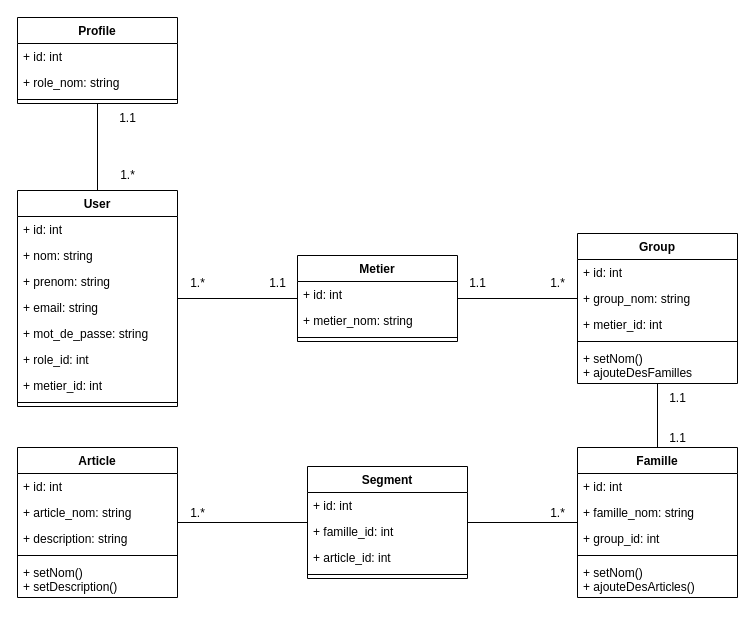
The draw.io diagram UML/class_diagram.drawio in elkhailihamza/LaRegie, before the edit. Source tidied: cells renumbered, new cells numbered last; positions are measured from the earlier drawing's top-left corner, leaving out a move shared by most shapes. Both pictures are drawn from the tidied source at 100%, with x=0, y=0 at pixel (17, 17).
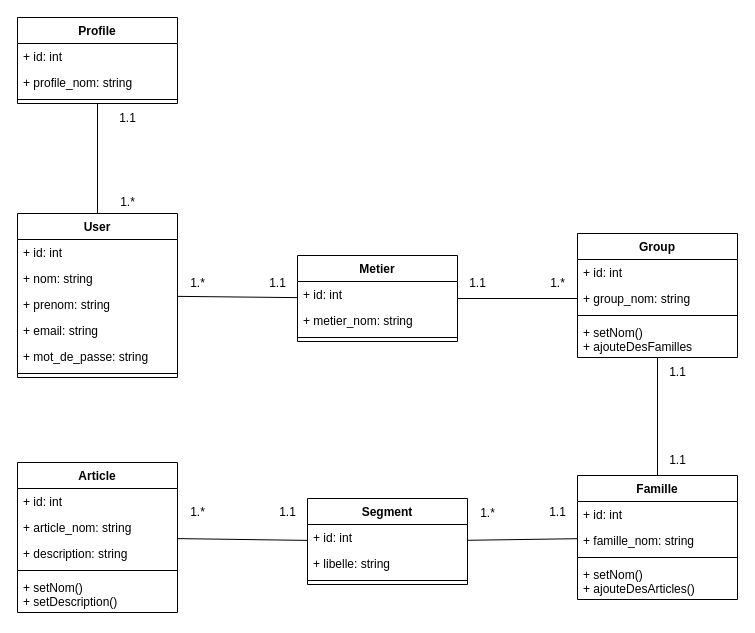
Above is the later version.

The change refers to these unchanged cells:
```xml
<mxCell id="12" value="Profile" style="swimlane;fontStyle=1;align=center;verticalAlign=top;horizontal=1;startSize=26;" parent="1" vertex="1">
  <mxGeometry width="160" height="86" as="geometry" />
</mxCell>
```

Change to the diagram source:
```diff
@@
     <mxCell id="2" value="User" style="swimlane;fontStyle=1;align=center;verticalAlign=top;horizontal=1;startSize=26;" parent="1" vertex="1">
-      <mxGeometry y="173" width="160" height="216" as="geometry" />
+      <mxGeometry y="196" width="160" height="164" as="geometry" />
     </mxCell>
@@
-    <mxCell id="8" value="+ role_id: int" style="text;strokeColor=none;fillColor=none;align=left;verticalAlign=top;spacingLeft=4;spacingRight=4;overflow=hidden;" parent="2" vertex="1">
-      <mxGeometry y="156" width="160" height="26" as="geometry" />
-    </mxCell>
-    <mxCell id="9" value="+ metier_id: int" style="text;strokeColor=none;fillColor=none;align=left;verticalAlign=top;spacingLeft=4;spacingRight=4;overflow=hidden;" parent="2" vertex="1">
-      <mxGeometry y="182" width="160" height="26" as="geometry" />
-    </mxCell>
     <mxCell id="10" style="line;strokeWidth=1;fillColor=none;align=left;verticalAlign=middle;spacingTop=-1;spacingLeft=3;spacingRight=3;labelPosition=right;strokeColor=inherit;" parent="2" vertex="1">
-      <mxGeometry y="208" width="160" height="8" as="geometry" />
+      <mxGeometry y="156" width="160" height="8" as="geometry" />
     </mxCell>
@@
-    <mxCell id="14" value="+ role_nom: string" style="text;strokeColor=none;fillColor=none;align=left;verticalAlign=top;spacingLeft=4;spacingRight=4;overflow=hidden;" parent="12" vertex="1">
-      <mxGeometry y="52" width="160" height="26" as="geometry" />
-    </mxCell>
+    <mxCell id="58" value="+ profile_nom: string" style="text;strokeColor=none;fillColor=none;align=left;verticalAlign=top;spacingLeft=4;spacingRight=4;overflow=hidden;" parent="12" vertex="1">
+      <mxGeometry y="52" width="160" height="26" as="geometry" />
+    </mxCell>
@@
     <mxCell id="16" value="1.*" style="text;html=1;align=center;verticalAlign=middle;strokeColor=none;fillColor=none;" parent="1" vertex="1">
-      <mxGeometry x="90" y="143" width="40" height="30" as="geometry" />
+      <mxGeometry x="90" y="170" width="40" height="30" as="geometry" />
     </mxCell>
@@
     <mxCell id="23" value="Group" style="swimlane;fontStyle=1;align=center;verticalAlign=top;horizontal=1;startSize=26;" parent="1" vertex="1">
-      <mxGeometry x="560" y="216" width="160" height="150" as="geometry" />
+      <mxGeometry x="560" y="216" width="160" height="124" as="geometry" />
     </mxCell>
@@
-    <mxCell id="26" value="+ metier_id: int" style="text;strokeColor=none;fillColor=none;align=left;verticalAlign=top;spacingLeft=4;spacingRight=4;overflow=hidden;" parent="23" vertex="1">
-      <mxGeometry y="78" width="160" height="26" as="geometry" />
-    </mxCell>
     <mxCell id="27" style="line;strokeWidth=1;fillColor=none;align=left;verticalAlign=middle;spacingTop=-1;spacingLeft=3;spacingRight=3;labelPosition=right;strokeColor=inherit;" parent="23" vertex="1">
-      <mxGeometry y="104" width="160" height="8" as="geometry" />
+      <mxGeometry y="78" width="160" height="8" as="geometry" />
     </mxCell>
     <mxCell id="28" value="+ setNom()&#10;+ ajouteDesFamilles" style="text;strokeColor=none;fillColor=none;align=left;verticalAlign=top;spacingLeft=4;spacingRight=4;overflow=hidden;" parent="23" vertex="1">
-      <mxGeometry y="112" width="160" height="38" as="geometry" />
+      <mxGeometry y="86" width="160" height="38" as="geometry" />
     </mxCell>
@@
     <mxCell id="30" value="Famille" style="swimlane;fontStyle=1;align=center;verticalAlign=top;horizontal=1;startSize=26;" parent="1" vertex="1">
-      <mxGeometry x="560" y="430" width="160" height="150" as="geometry" />
+      <mxGeometry x="560" y="458" width="160" height="124" as="geometry" />
     </mxCell>
@@
-    <mxCell id="33" value="+ group_id: int" style="text;strokeColor=none;fillColor=none;align=left;verticalAlign=top;spacingLeft=4;spacingRight=4;overflow=hidden;" parent="30" vertex="1">
-      <mxGeometry y="78" width="160" height="26" as="geometry" />
-    </mxCell>
     <mxCell id="34" style="line;strokeWidth=1;fillColor=none;align=left;verticalAlign=middle;spacingTop=-1;spacingLeft=3;spacingRight=3;labelPosition=right;strokeColor=inherit;" parent="30" vertex="1">
-      <mxGeometry y="104" width="160" height="8" as="geometry" />
+      <mxGeometry y="78" width="160" height="8" as="geometry" />
     </mxCell>
     <mxCell id="35" value="+ setNom()&#10;+ ajouteDesArticles()" style="text;strokeColor=none;fillColor=none;align=left;verticalAlign=top;spacingLeft=4;spacingRight=4;overflow=hidden;" parent="30" vertex="1">
-      <mxGeometry y="112" width="160" height="38" as="geometry" />
+      <mxGeometry y="86" width="160" height="38" as="geometry" />
     </mxCell>
@@
     <mxCell id="37" value="Segment" style="swimlane;fontStyle=1;align=center;verticalAlign=top;horizontal=1;startSize=26;" parent="1" vertex="1">
-      <mxGeometry x="290" y="449" width="160" height="112" as="geometry" />
+      <mxGeometry x="290" y="481" width="160" height="86" as="geometry" />
     </mxCell>
@@
-    <mxCell id="39" value="+ famille_id: int" style="text;strokeColor=none;fillColor=none;align=left;verticalAlign=top;spacingLeft=4;spacingRight=4;overflow=hidden;" parent="37" vertex="1">
-      <mxGeometry y="52" width="160" height="26" as="geometry" />
-    </mxCell>
-    <mxCell id="40" value="+ article_id: int" style="text;strokeColor=none;fillColor=none;align=left;verticalAlign=top;spacingLeft=4;spacingRight=4;overflow=hidden;" parent="37" vertex="1">
-      <mxGeometry y="78" width="160" height="26" as="geometry" />
-    </mxCell>
+    <mxCell id="59" value="+ libelle: string" style="text;strokeColor=none;fillColor=none;align=left;verticalAlign=top;spacingLeft=4;spacingRight=4;overflow=hidden;" parent="37" vertex="1">
+      <mxGeometry y="52" width="160" height="26" as="geometry" />
+    </mxCell>
     <mxCell id="41" style="line;strokeWidth=1;fillColor=none;align=left;verticalAlign=middle;spacingTop=-1;spacingLeft=3;spacingRight=3;labelPosition=right;strokeColor=inherit;" parent="37" vertex="1">
-      <mxGeometry y="104" width="160" height="8" as="geometry" />
+      <mxGeometry y="78" width="160" height="8" as="geometry" />
     </mxCell>
@@
     <mxCell id="43" value="Article" style="swimlane;fontStyle=1;align=center;verticalAlign=top;horizontal=1;startSize=26;" parent="1" vertex="1">
-      <mxGeometry y="430" width="160" height="150" as="geometry" />
+      <mxGeometry y="445" width="160" height="150" as="geometry" />
     </mxCell>
@@
     <mxCell id="52" value="1.*" style="text;html=1;align=center;verticalAlign=middle;strokeColor=none;fillColor=none;" parent="1" vertex="1">
-      <mxGeometry x="160" y="481" width="40" height="30" as="geometry" />
+      <mxGeometry x="160" y="480" width="40" height="30" as="geometry" />
     </mxCell>
     <mxCell id="53" value="1.*" style="text;html=1;align=center;verticalAlign=middle;strokeColor=none;fillColor=none;" parent="1" vertex="1">
-      <mxGeometry x="520" y="481" width="40" height="30" as="geometry" />
+      <mxGeometry x="450" y="481" width="40" height="30" as="geometry" />
     </mxCell>
     <mxCell id="54" value="1.1" style="text;html=1;align=center;verticalAlign=middle;strokeColor=none;fillColor=none;" parent="1" vertex="1">
-      <mxGeometry x="640" y="366" width="40" height="30" as="geometry" />
+      <mxGeometry x="640" y="340" width="40" height="30" as="geometry" />
     </mxCell>
     <mxCell id="55" value="1.1" style="text;html=1;align=center;verticalAlign=middle;strokeColor=none;fillColor=none;" parent="1" vertex="1">
-      <mxGeometry x="640" y="406" width="40" height="30" as="geometry" />
+      <mxGeometry x="640" y="428" width="40" height="30" as="geometry" />
     </mxCell>
@@
+    <mxCell id="60" value="1.1" style="text;html=1;align=center;verticalAlign=middle;strokeColor=none;fillColor=none;" parent="1" vertex="1">
+      <mxGeometry x="520" y="480" width="40" height="30" as="geometry" />
+    </mxCell>
+    <mxCell id="61" value="1.1" style="text;html=1;align=center;verticalAlign=middle;strokeColor=none;fillColor=none;" parent="1" vertex="1">
+      <mxGeometry x="250" y="480" width="40" height="30" as="geometry" />
+    </mxCell>
```
